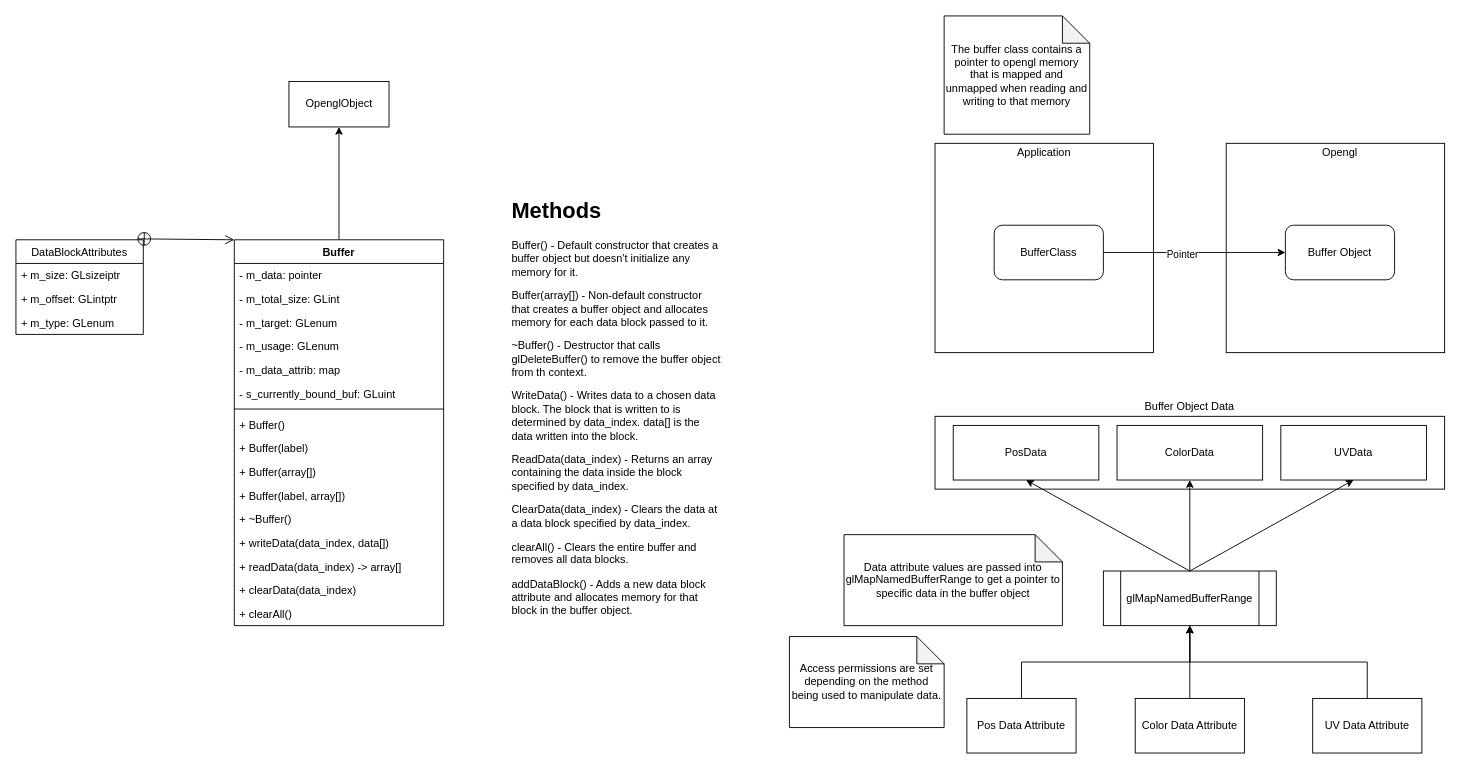
Before: docs/buffer.drawio in LowFire/blazer3d, a draw.io diagram. Source tidied: cells renumbered, new cells numbered last; positions are measured from the earlier drawing's top-left corner, leaving out a move shared by most shapes. Both pictures are drawn from the tidied source at 91%, with x=0, y=0 at pixel (15, 15).
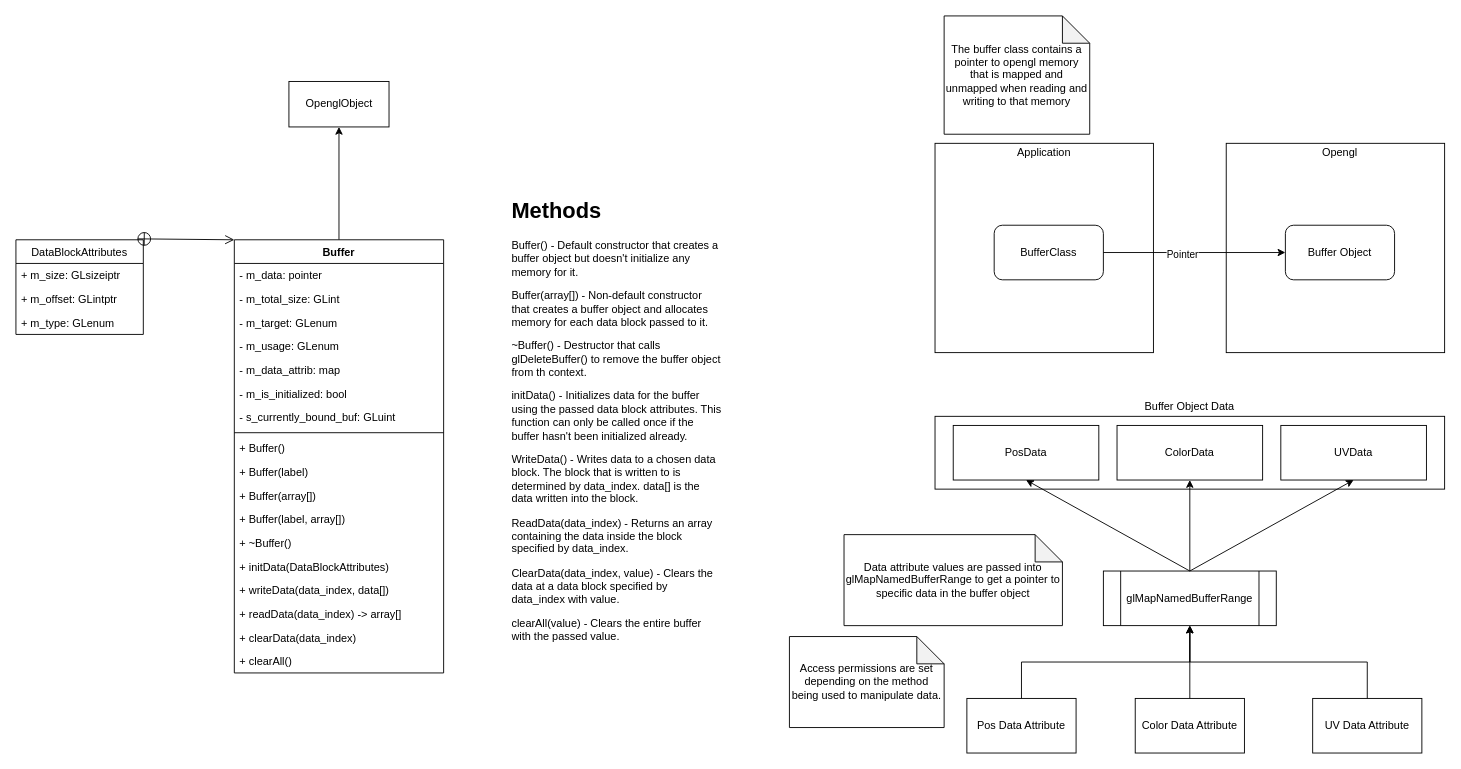
Above is the later version.

Change to the diagram source:
```diff
@@
     <mxCell id="3" value="Buffer" style="swimlane;fontStyle=1;align=center;verticalAlign=top;horizontal=1;startSize=26;" parent="1" vertex="1">
-      <mxGeometry x="240" y="246" width="230" height="424" as="geometry" />
+      <mxGeometry x="240" y="246" width="230" height="476" as="geometry" />
     </mxCell>
@@
+    <mxCell id="53" value="- m_data_attrib: map" style="text;strokeColor=none;fillColor=none;align=left;verticalAlign=top;spacingLeft=4;spacingRight=4;overflow=hidden;" parent="3" vertex="1">
+      <mxGeometry y="130" width="230" height="26" as="geometry" />
+    </mxCell>
-    <mxCell id="8" value="- m_data_attrib: map" style="text;strokeColor=none;fillColor=none;align=left;verticalAlign=top;spacingLeft=4;spacingRight=4;overflow=hidden;" parent="3" vertex="1">
-      <mxGeometry y="130" width="230" height="26" as="geometry" />
+    <mxCell id="8" value="- m_is_initialized: bool" style="text;strokeColor=none;fillColor=none;align=left;verticalAlign=top;spacingLeft=4;spacingRight=4;overflow=hidden;" parent="3" vertex="1">
+      <mxGeometry y="156" width="230" height="26" as="geometry" />
     </mxCell>
     <mxCell id="9" value="- s_currently_bound_buf: GLuint" style="text;strokeColor=none;fillColor=none;align=left;verticalAlign=top;spacingLeft=4;spacingRight=4;overflow=hidden;" parent="3" vertex="1">
-      <mxGeometry y="156" width="230" height="26" as="geometry" />
+      <mxGeometry y="182" width="230" height="26" as="geometry" />
     </mxCell>
     <mxCell id="10" style="line;strokeWidth=1;fillColor=none;align=left;verticalAlign=middle;spacingTop=-1;spacingLeft=3;spacingRight=3;labelPosition=right;" parent="3" vertex="1">
-      <mxGeometry y="182" width="230" height="8" as="geometry" />
+      <mxGeometry y="208" width="230" height="8" as="geometry" />
     </mxCell>
     <mxCell id="11" value="+ Buffer()" style="text;strokeColor=none;fillColor=none;align=left;verticalAlign=top;spacingLeft=4;spacingRight=4;overflow=hidden;" parent="3" vertex="1">
-      <mxGeometry y="190" width="230" height="26" as="geometry" />
+      <mxGeometry y="216" width="230" height="26" as="geometry" />
     </mxCell>
     <mxCell id="12" value="+ Buffer(label)" style="text;strokeColor=none;fillColor=none;align=left;verticalAlign=top;spacingLeft=4;spacingRight=4;overflow=hidden;" parent="3" vertex="1">
-      <mxGeometry y="216" width="230" height="26" as="geometry" />
+      <mxGeometry y="242" width="230" height="26" as="geometry" />
     </mxCell>
     <mxCell id="13" value="+ Buffer(array[])" style="text;strokeColor=none;fillColor=none;align=left;verticalAlign=top;spacingLeft=4;spacingRight=4;overflow=hidden;" parent="3" vertex="1">
-      <mxGeometry y="242" width="230" height="26" as="geometry" />
+      <mxGeometry y="268" width="230" height="26" as="geometry" />
     </mxCell>
     <mxCell id="14" value="+ Buffer(label, array[])" style="text;strokeColor=none;fillColor=none;align=left;verticalAlign=top;spacingLeft=4;spacingRight=4;overflow=hidden;" parent="3" vertex="1">
-      <mxGeometry y="268" width="230" height="26" as="geometry" />
+      <mxGeometry y="294" width="230" height="26" as="geometry" />
     </mxCell>
     <mxCell id="15" value="+ ~Buffer()" style="text;strokeColor=none;fillColor=none;align=left;verticalAlign=top;spacingLeft=4;spacingRight=4;overflow=hidden;" parent="3" vertex="1">
-      <mxGeometry y="294" width="230" height="26" as="geometry" />
+      <mxGeometry y="320" width="230" height="26" as="geometry" />
     </mxCell>
+    <mxCell id="54" value="+ initData(DataBlockAttributes)" style="text;strokeColor=none;fillColor=none;align=left;verticalAlign=top;spacingLeft=4;spacingRight=4;overflow=hidden;" parent="3" vertex="1">
+      <mxGeometry y="346" width="230" height="26" as="geometry" />
+    </mxCell>
     <mxCell id="16" value="+ writeData(data_index, data[])" style="text;strokeColor=none;fillColor=none;align=left;verticalAlign=top;spacingLeft=4;spacingRight=4;overflow=hidden;" parent="3" vertex="1">
-      <mxGeometry y="320" width="230" height="26" as="geometry" />
+      <mxGeometry y="372" width="230" height="26" as="geometry" />
     </mxCell>
     <mxCell id="17" value="+ readData(data_index) -&gt; array[]" style="text;strokeColor=none;fillColor=none;align=left;verticalAlign=top;spacingLeft=4;spacingRight=4;overflow=hidden;" parent="3" vertex="1">
-      <mxGeometry y="346" width="230" height="26" as="geometry" />
+      <mxGeometry y="398" width="230" height="26" as="geometry" />
     </mxCell>
     <mxCell id="18" value="+ clearData(data_index)" style="text;strokeColor=none;fillColor=none;align=left;verticalAlign=top;spacingLeft=4;spacingRight=4;overflow=hidden;" parent="3" vertex="1">
-      <mxGeometry y="372" width="230" height="26" as="geometry" />
+      <mxGeometry y="424" width="230" height="26" as="geometry" />
     </mxCell>
     <mxCell id="19" value="+ clearAll()" style="text;strokeColor=none;fillColor=none;align=left;verticalAlign=top;spacingLeft=4;spacingRight=4;overflow=hidden;" parent="3" vertex="1">
-      <mxGeometry y="398" width="230" height="26" as="geometry" />
+      <mxGeometry y="450" width="230" height="26" as="geometry" />
     </mxCell>
@@
-    <mxCell id="51" value="&lt;h1&gt;Methods&lt;/h1&gt;&lt;p&gt;Buffer() - Default constructor that creates a buffer object but doesn't initialize any memory for it.&lt;/p&gt;&lt;p&gt;Buffer(array[]) - Non-default constructor that creates a buffer object and allocates memory for each data block passed to it.&lt;/p&gt;&lt;p&gt;~Buffer() - Destructor that calls glDeleteBuffer() to remove the buffer object from th context.&lt;/p&gt;&lt;p&gt;WriteData() - Writes data to a chosen data block. The block that is written to is determined by data_index. data[] is the data written into the block.&lt;/p&gt;&lt;p&gt;ReadData(data_index) - Returns an array containing the data inside the block specified by data_index.&lt;/p&gt;&lt;p&gt;ClearData(data_index) - Clears the data at a data block specified by data_index.&lt;/p&gt;&lt;p&gt;clearAll() - Clears the entire buffer and removes all data blocks.&lt;/p&gt;&lt;p&gt;addDataBlock() - Adds a new data block attribute and allocates memory for that block in the buffer object.&lt;/p&gt;" style="text;html=1;strokeColor=none;fillColor=none;spacing=5;spacingTop=-20;whiteSpace=wrap;overflow=hidden;rounded=0;" parent="1" vertex="1">
-      <mxGeometry x="540" y="195" width="240" height="470" as="geometry" />
+    <mxCell id="51" value="&lt;h1&gt;Methods&lt;/h1&gt;&lt;p&gt;Buffer() - Default constructor that creates a buffer object but doesn't initialize any memory for it.&lt;/p&gt;&lt;p&gt;Buffer(array[]) - Non-default constructor that creates a buffer object and allocates memory for each data block passed to it.&lt;/p&gt;&lt;p&gt;~Buffer() - Destructor that calls glDeleteBuffer() to remove the buffer object from th context.&lt;/p&gt;&lt;p&gt;initData() - Initializes data for the buffer using the passed data block attributes. This function can only be called once if the buffer hasn't been initialized already.&lt;/p&gt;&lt;p&gt;WriteData() - Writes data to a chosen data block. The block that is written to is determined by data_index. data[] is the data written into the block.&lt;/p&gt;&lt;p&gt;ReadData(data_index) - Returns an array containing the data inside the block specified by data_index.&lt;/p&gt;&lt;p&gt;ClearData(data_index, value) - Clears the data at a data block specified by data_index with value.&lt;/p&gt;&lt;p&gt;clearAll(value) - Clears the entire buffer with the passed value.&lt;/p&gt;" style="text;html=1;strokeColor=none;fillColor=none;spacing=5;spacingTop=-20;whiteSpace=wrap;overflow=hidden;rounded=0;" parent="1" vertex="1">
+      <mxGeometry x="540" y="195" width="240" height="507" as="geometry" />
     </mxCell>
```
